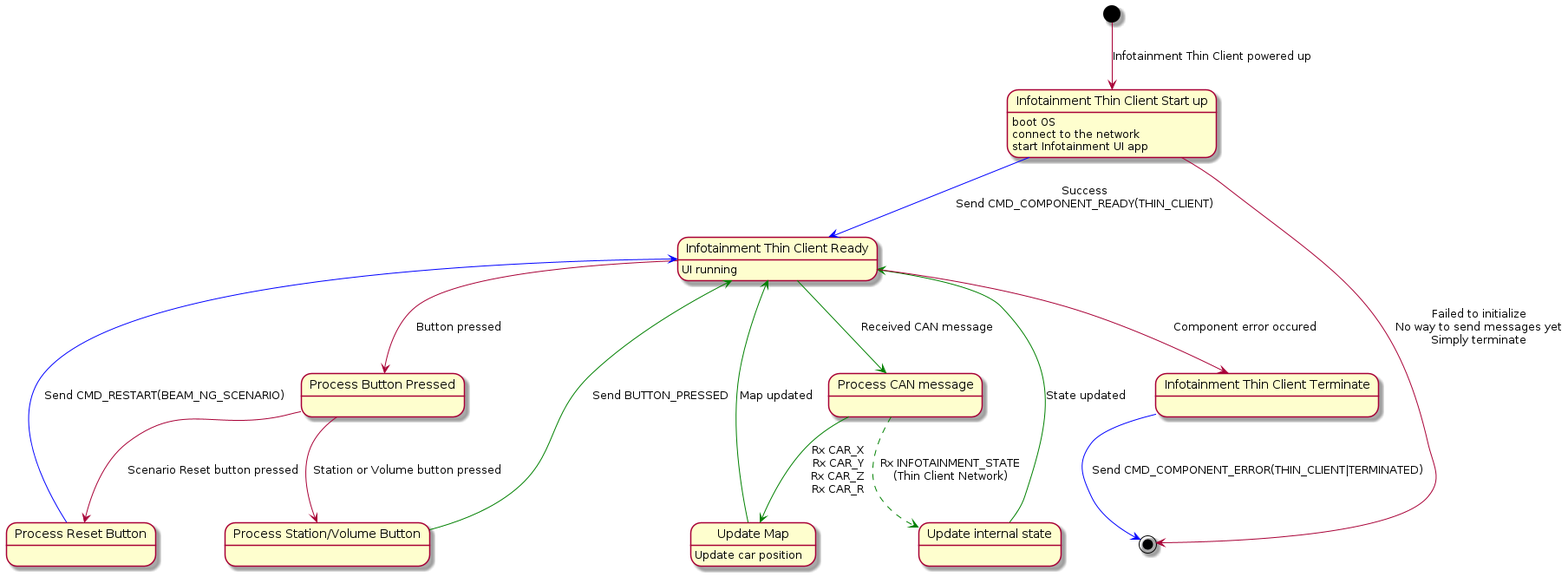
Above: fett/cyberPhys/specs/state_machine_infotainment_thin_client.png in GaloisInc/BESSPIN-Tool-Suite (PlantUML), before the change.
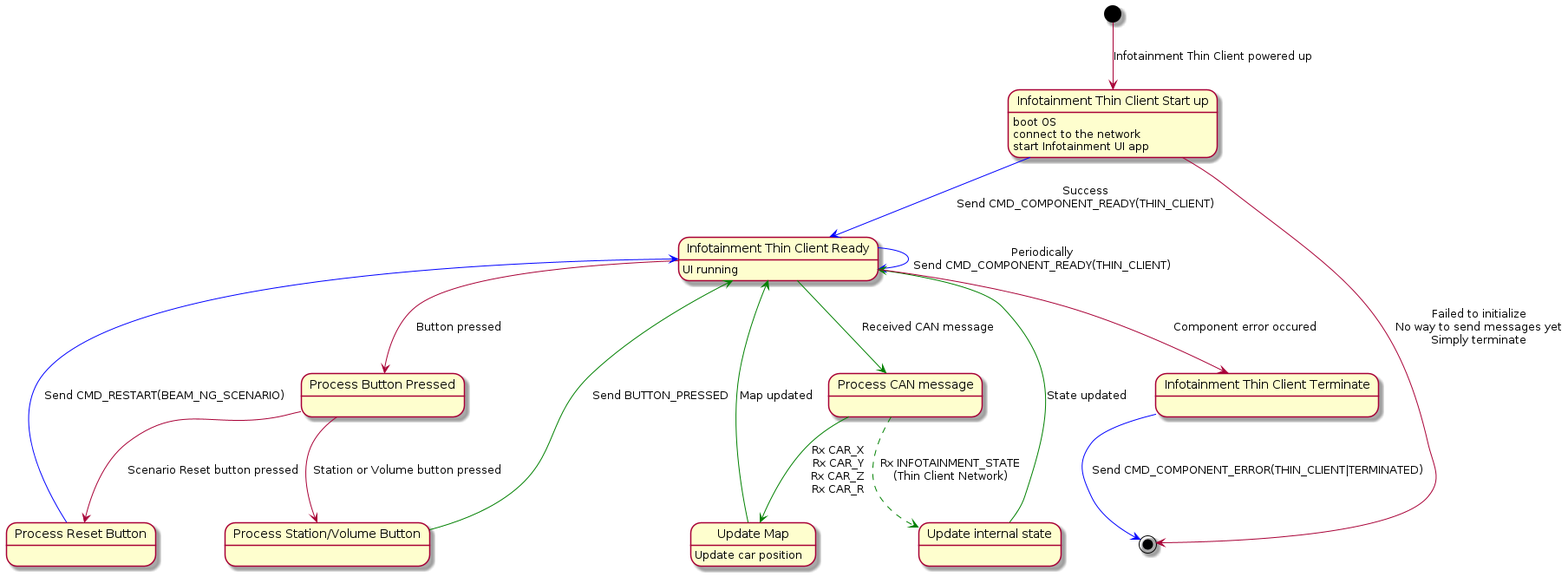
After the change.

Commit message:
Add periodical sending of CMD_COMPONENT_READY to avoid loosing the ready message upon startup (helps with synchronization of the components)

Change to the diagram source:
```diff
@@ -20,6 +20,8 @@
 [*] --> ClientUp: Infotainment Thin Client powered up
 
 ClientUp -[#blue]-> ClientReady: Success\nSend CMD_COMPONENT_READY(THIN_CLIENT)
+
+ClientReady -[#blue]-> ClientReady: Periodically\nSend CMD_COMPONENT_READY(THIN_CLIENT)
 
 ClientUp --> [*]: Failed to initialize\nNo way to send messages yet\nSimply terminate
 
```
